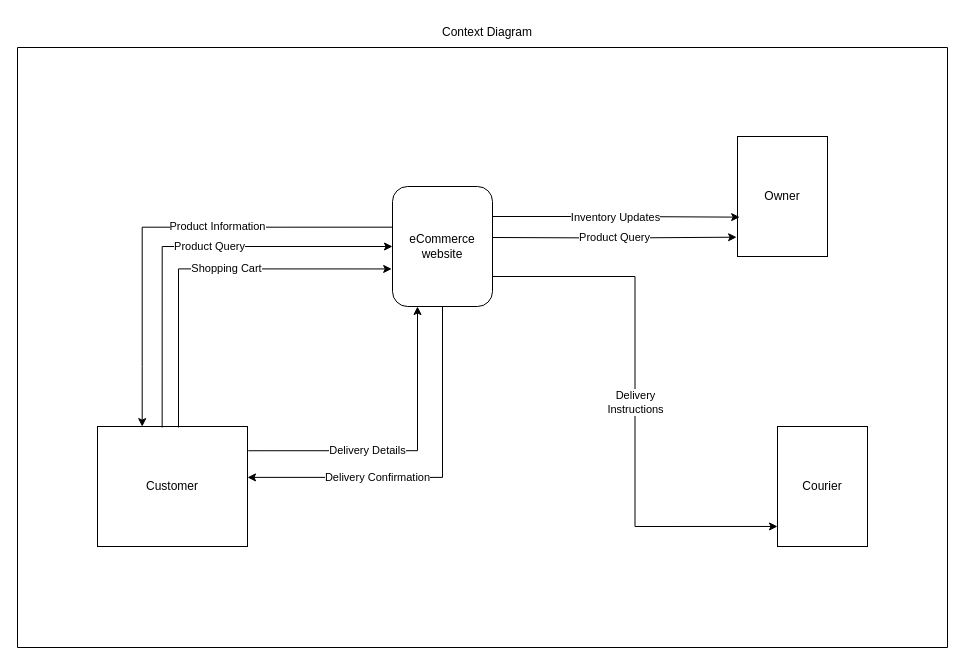
This is Deliverable 2/Diagrams/Context Diagram/context diagram.drawio from otsilemodiselle/ITECA_Project, a draw.io file, before an edit. Source tidied: cells renumbered, new cells numbered last; positions are measured from the earlier drawing's top-left corner, leaving out a move shared by most shapes. Both pictures are drawn from the tidied source at 100%, with x=0, y=0 at pixel (17, 17).
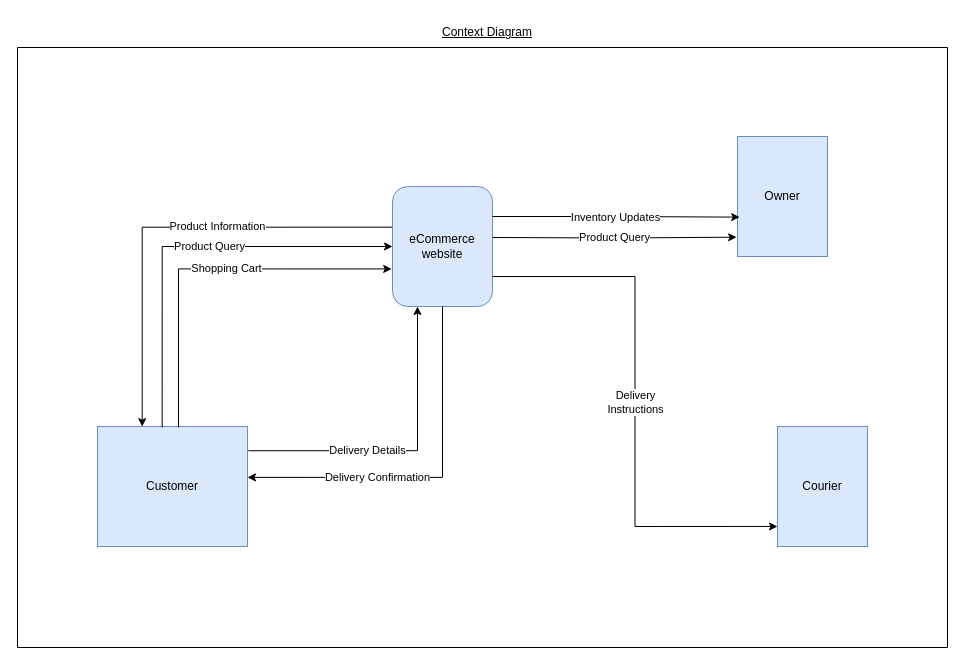
After the change.

The edit, as a diff of the source:
```diff
@@
 <mxGraphModel>
   <root>
     <mxCell id="0" />
     <mxCell id="1" parent="0" />
     <mxCell id="2" style="swimlane;startSize=0;" parent="1" vertex="1">
       <mxGeometry y="30" width="930" height="600" as="geometry" />
     </mxCell>
-    <mxCell id="3" value="eCommerce&lt;div&gt;website&lt;/div&gt;" style="rounded=1;whiteSpace=wrap;html=1;" parent="2" vertex="1">
+    <mxCell id="3" value="eCommerce&lt;div&gt;website&lt;/div&gt;" style="rounded=1;whiteSpace=wrap;html=1;fillColor=#dae8fc;strokeColor=#6c8ebf;" parent="2" vertex="1">
       <mxGeometry x="375" y="139" width="100" height="120" as="geometry" />
     </mxCell>
-    <mxCell id="4" value="Customer" style="rounded=0;whiteSpace=wrap;html=1;" parent="2" vertex="1">
+    <mxCell id="4" value="Customer" style="rounded=0;whiteSpace=wrap;html=1;fillColor=#dae8fc;strokeColor=#6c8ebf;" parent="2" vertex="1">
       <mxGeometry x="80" y="379" width="150" height="120" as="geometry" />
     </mxCell>
-    <mxCell id="5" value="Courier" style="rounded=0;whiteSpace=wrap;html=1;" parent="2" vertex="1">
+    <mxCell id="5" value="Courier" style="rounded=0;whiteSpace=wrap;html=1;fillColor=#dae8fc;strokeColor=#6c8ebf;" parent="2" vertex="1">
       <mxGeometry x="760" y="379" width="90" height="120" as="geometry" />
     </mxCell>
-    <mxCell id="6" value="Owner" style="rounded=0;whiteSpace=wrap;html=1;" parent="2" vertex="1">
+    <mxCell id="6" value="Owner" style="rounded=0;whiteSpace=wrap;html=1;fillColor=#dae8fc;strokeColor=#6c8ebf;" parent="2" vertex="1">
       <mxGeometry x="720" y="89" width="90" height="120" as="geometry" />
     </mxCell>
     <mxCell id="7" value="Product Information" style="edgeStyle=orthogonalEdgeStyle;rounded=0;jettySize=auto;html=1;entryX=0.298;entryY=0.001;entryDx=0;entryDy=0;exitX=-0.004;exitY=0.339;exitDx=0;exitDy=0;exitPerimeter=0;entryPerimeter=0;" parent="2" edge="1" source="3" target="4">
       <mxGeometry x="-0.22" y="-1" relative="1" as="geometry" />
     </mxCell>
     <mxCell id="8" value="Product Query" style="edgeStyle=orthogonalEdgeStyle;rounded=0;jettySize=auto;html=1;entryX=0.431;entryY=0.008;entryDx=0;entryDy=0;entryPerimeter=0;startArrow=classic;startFill=1;endArrow=none;endFill=0;exitX=0;exitY=0.5;exitDx=0;exitDy=0;" parent="2" edge="1" source="3" target="4">
       <mxGeometry x="-0.11" relative="1" as="geometry">
         <Array as="points">
           <mxPoint x="145" y="199" />
           <mxPoint x="145" y="379" />
         </Array>
       </mxGeometry>
     </mxCell>
     <mxCell id="9" value="Shopping Cart" style="edgeStyle=orthogonalEdgeStyle;rounded=0;jettySize=auto;html=1;exitX=-0.008;exitY=0.687;exitDx=0;exitDy=0;exitPerimeter=0;startArrow=classic;startFill=1;endArrow=none;endFill=0;entryX=0.54;entryY=0.008;entryDx=0;entryDy=0;entryPerimeter=0;" parent="2" edge="1" source="3" target="4">
       <mxGeometry x="-0.11" relative="1" as="geometry">
         <Array as="points">
           <mxPoint x="161" y="221" />
         </Array>
       </mxGeometry>
     </mxCell>
     <mxCell id="10" value="Delivery Details" style="edgeStyle=orthogonalEdgeStyle;rounded=0;jettySize=auto;html=1;exitX=0.25;exitY=1;exitDx=0;exitDy=0;entryX=1.005;entryY=0.202;entryDx=0;entryDy=0;entryPerimeter=0;startArrow=classic;startFill=1;endArrow=none;endFill=0;" parent="2" edge="1" source="3" target="4">
       <mxGeometry x="0.24" relative="1" as="geometry" />
     </mxCell>
     <mxCell id="11" value="Delivery&lt;div&gt;Instructions&lt;/div&gt;" style="edgeStyle=orthogonalEdgeStyle;rounded=0;jettySize=auto;html=1;exitX=1;exitY=0.75;exitDx=0;exitDy=0;entryX=0;entryY=0.833;entryDx=0;entryDy=0;entryPerimeter=0;" parent="2" edge="1" source="3" target="5">
       <mxGeometry relative="1" as="geometry" />
     </mxCell>
     <mxCell id="12" value="Delivery Confirmation" style="edgeStyle=orthogonalEdgeStyle;rounded=0;jettySize=auto;html=1;exitX=0.5;exitY=1;exitDx=0;exitDy=0;entryX=1;entryY=0.424;entryDx=0;entryDy=0;entryPerimeter=0;" parent="2" edge="1" source="3" target="4">
       <mxGeometry x="0.29" relative="1" as="geometry" />
     </mxCell>
     <mxCell id="13" value="Inventory Updates" style="edgeStyle=orthogonalEdgeStyle;rounded=0;jettySize=auto;html=1;exitX=1;exitY=0.25;exitDx=0;exitDy=0;entryX=0.024;entryY=0.672;entryDx=0;entryDy=0;entryPerimeter=0;" parent="2" edge="1" source="3" target="6">
       <mxGeometry relative="1" as="geometry" />
     </mxCell>
     <mxCell id="14" value="Product Query" style="edgeStyle=orthogonalEdgeStyle;rounded=0;jettySize=auto;html=1;exitX=1;exitY=0.25;exitDx=0;exitDy=0;entryX=-0.01;entryY=0.839;entryDx=0;entryDy=0;entryPerimeter=0;" parent="2" edge="1" target="6">
       <mxGeometry relative="1" as="geometry">
         <mxPoint x="475" y="190" as="sourcePoint" />
       </mxGeometry>
     </mxCell>
-    <mxCell id="15" value="Context Diagram" style="text;html=1;align=center;verticalAlign=middle;whiteSpace=wrap;rounded=0;" parent="1" vertex="1">
+    <mxCell id="15" value="Context Diagram" style="text;html=1;align=center;verticalAlign=middle;whiteSpace=wrap;rounded=0;fontStyle=4;" parent="1" vertex="1">
       <mxGeometry x="420" width="100" height="30" as="geometry" />
     </mxCell>
   </root>
 </mxGraphModel>
```
